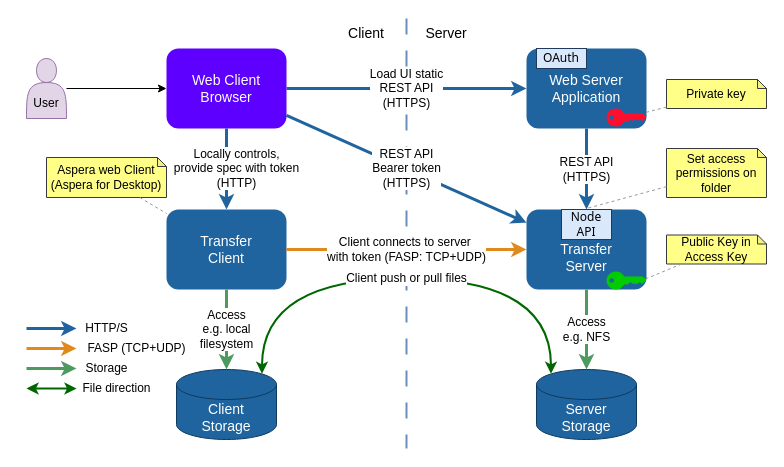
laurent-martin/aspera-api-examples keeps this draw.io diagram as page "api-a3-scen" (9 of 9) of guide/images/diagrams.drawio. Above is the earlier version. Source tidied: cells renumbered, new cells numbered last; positions are measured from the earlier drawing's top-left corner, leaving out a move shared by most shapes. Both pictures are drawn from the tidied source at 100%, with x=0, y=0 at pixel (26, 18).
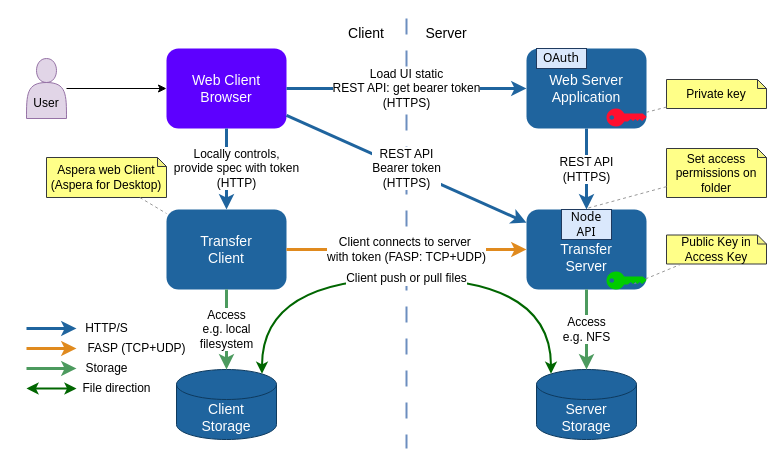
The same diagram, later.

The change refers to these unchanged cells:
```xml
<mxCell id="6" value="Web Client&lt;div&gt;Browser&lt;/div&gt;" style="rounded=1;whiteSpace=wrap;html=1;fillColor=#5D00FF;fontColor=#ffffff;strokeColor=none;fontSize=14;" parent="1" vertex="1">
  <mxGeometry x="140" y="30" width="120" height="80" as="geometry" />
</mxCell>
<mxCell id="7" value="Web Server&lt;br&gt;Application" style="rounded=1;whiteSpace=wrap;html=1;fillColor=#1F649E;fontColor=#ffffff;strokeColor=none;fontSize=14;" parent="1" vertex="1">
  <mxGeometry x="500" y="30" width="120" height="80" as="geometry" />
</mxCell>
```

The edit, as a diff of the source:
```diff
@@
-    <mxCell id="15" value="Load UI static&lt;div&gt;REST API&lt;/div&gt;&lt;div&gt;(HTTPS)&lt;/div&gt;" style="edgeStyle=orthogonalEdgeStyle;rounded=0;jettySize=auto;html=1;strokeWidth=3;strokeColor=#1F649E;fontSize=12;align=center;verticalAlign=middle;fontFamily=Helvetica;fontColor=default;labelBackgroundColor=default;endArrow=classic;" parent="1" edge="1" source="6" target="7">
+    <mxCell id="15" value="Load UI static&lt;div&gt;REST API: get bearer token&lt;/div&gt;&lt;div&gt;(HTTPS)&lt;/div&gt;" style="edgeStyle=orthogonalEdgeStyle;rounded=0;jettySize=auto;html=1;strokeWidth=3;strokeColor=#1F649E;fontSize=12;align=center;verticalAlign=middle;fontFamily=Helvetica;fontColor=default;labelBackgroundColor=default;endArrow=classic;" parent="1" edge="1" source="6" target="7">
       <mxGeometry relative="1" as="geometry" />
     </mxCell>
```
